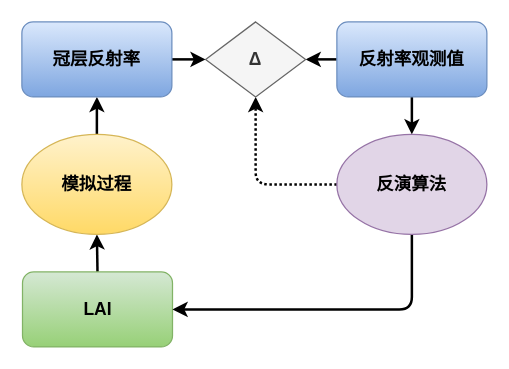
Before: ref_space.drawio in ynhsun/diagram, a draw.io diagram. Source tidied: cells renumbered, new cells numbered last; positions are measured from the earlier drawing's top-left corner, leaving out a move shared by most shapes. Both pictures are drawn from the tidied source at 125%, with x=0, y=0 at pixel (21, 21).
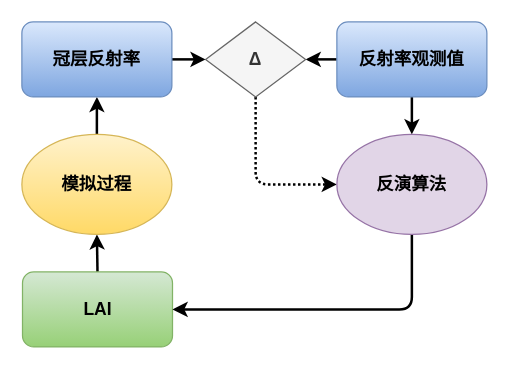
After the change.

What changed in the source:
```diff
@@
 <mxGraphModel>
   <root>
     <mxCell id="0" />
     <mxCell id="1" parent="0" />
     <mxCell id="2" style="edgeStyle=orthogonalEdgeStyle;rounded=0;jettySize=auto;html=1;exitX=0.5;exitY=0;exitDx=0;exitDy=0;entryX=0.5;entryY=1;entryDx=0;entryDy=0;strokeWidth=2;" parent="1" edge="1" source="3" target="5">
       <mxGeometry relative="1" as="geometry" />
     </mxCell>
     <mxCell id="3" value="&lt;span&gt;LAI&lt;/span&gt;" style="rounded=1;whiteSpace=wrap;html=1;fontSize=14;gradientColor=#97d077;fillColor=#d5e8d4;strokeColor=#82b366;fontStyle=1;" parent="1" vertex="1">
       <mxGeometry x="0.5" y="200" width="120" height="60" as="geometry" />
     </mxCell>
     <mxCell id="4" style="edgeStyle=orthogonalEdgeStyle;rounded=0;jettySize=auto;html=1;exitX=0.5;exitY=0;exitDx=0;exitDy=0;strokeWidth=2;" parent="1" edge="1" source="5" target="7">
       <mxGeometry relative="1" as="geometry" />
     </mxCell>
     <mxCell id="5" value="模拟过程" style="ellipse;whiteSpace=wrap;html=1;fontSize=14;gradientColor=#ffd966;fillColor=#fff2cc;strokeColor=#d6b656;fontStyle=1;" parent="1" vertex="1">
       <mxGeometry y="90" width="120" height="80" as="geometry" />
     </mxCell>
     <mxCell id="6" style="edgeStyle=orthogonalEdgeStyle;rounded=0;jettySize=auto;html=1;exitX=1;exitY=0.5;exitDx=0;exitDy=0;entryX=0;entryY=0.5;entryDx=0;entryDy=0;strokeWidth=2;" parent="1" edge="1" source="7" target="14">
       <mxGeometry relative="1" as="geometry" />
     </mxCell>
     <mxCell id="7" value="冠层反射率" style="rounded=1;whiteSpace=wrap;html=1;fontSize=14;gradientColor=#7ea6e0;fillColor=#dae8fc;strokeColor=#6c8ebf;fontStyle=1;" parent="1" vertex="1">
       <mxGeometry width="120" height="60" as="geometry" />
     </mxCell>
     <mxCell id="8" style="edgeStyle=orthogonalEdgeStyle;rounded=1;jettySize=auto;html=1;entryX=1;entryY=0.5;entryDx=0;entryDy=0;strokeWidth=2;exitX=0.5;exitY=1;exitDx=0;exitDy=0;" parent="1" edge="1" source="10" target="3">
       <mxGeometry relative="1" as="geometry" />
     </mxCell>
-    <mxCell id="9" style="edgeStyle=orthogonalEdgeStyle;rounded=1;jumpStyle=none;jettySize=auto;html=1;entryX=0.5;entryY=1;entryDx=0;entryDy=0;dashed=1;dashPattern=1 1;endSize=6;strokeWidth=2;fontSize=13;" parent="1" edge="1" source="10" target="14">
+    <mxCell id="9" style="edgeStyle=orthogonalEdgeStyle;rounded=1;jumpStyle=none;jettySize=auto;html=1;dashed=1;dashPattern=1 1;endSize=6;strokeWidth=2;fontSize=13;exitX=0.5;exitY=1;exitDx=0;exitDy=0;entryX=0;entryY=0.5;entryDx=0;entryDy=0;" parent="1" edge="1" source="14" target="10">
       <mxGeometry relative="1" as="geometry" />
     </mxCell>
     <mxCell id="10" value="反演算法" style="ellipse;whiteSpace=wrap;html=1;fontSize=14;fillColor=#e1d5e7;strokeColor=#9673a6;fontStyle=1;" parent="1" vertex="1">
       <mxGeometry x="252" y="90" width="120" height="80" as="geometry" />
     </mxCell>
     <mxCell id="11" style="edgeStyle=orthogonalEdgeStyle;rounded=0;jettySize=auto;html=1;exitX=0;exitY=0.5;exitDx=0;exitDy=0;entryX=1;entryY=0.5;entryDx=0;entryDy=0;strokeWidth=2;" parent="1" edge="1" source="13" target="14">
       <mxGeometry relative="1" as="geometry" />
     </mxCell>
     <mxCell id="12" style="edgeStyle=orthogonalEdgeStyle;rounded=0;jettySize=auto;html=1;strokeWidth=2;" parent="1" edge="1" source="13" target="10">
       <mxGeometry relative="1" as="geometry" />
     </mxCell>
     <mxCell id="13" value="反射率观测值" style="rounded=1;whiteSpace=wrap;html=1;fontSize=14;gradientColor=#7ea6e0;fillColor=#dae8fc;strokeColor=#6c8ebf;fontStyle=1;" parent="1" vertex="1">
       <mxGeometry x="252" width="120" height="60" as="geometry" />
     </mxCell>
     <mxCell id="14" value="&lt;p style=&quot;font-size: 14px;&quot;&gt;&lt;span style=&quot;font-size: 14px;&quot;&gt;Δ&lt;/span&gt;&lt;/p&gt;" style="rhombus;whiteSpace=wrap;html=1;strokeWidth=1;fillColor=#f5f5f5;strokeColor=#666666;fontColor=#333333;fontStyle=1;fontSize=14;" parent="1" vertex="1">
       <mxGeometry x="147" width="80" height="60" as="geometry" />
     </mxCell>
   </root>
 </mxGraphModel>
```
